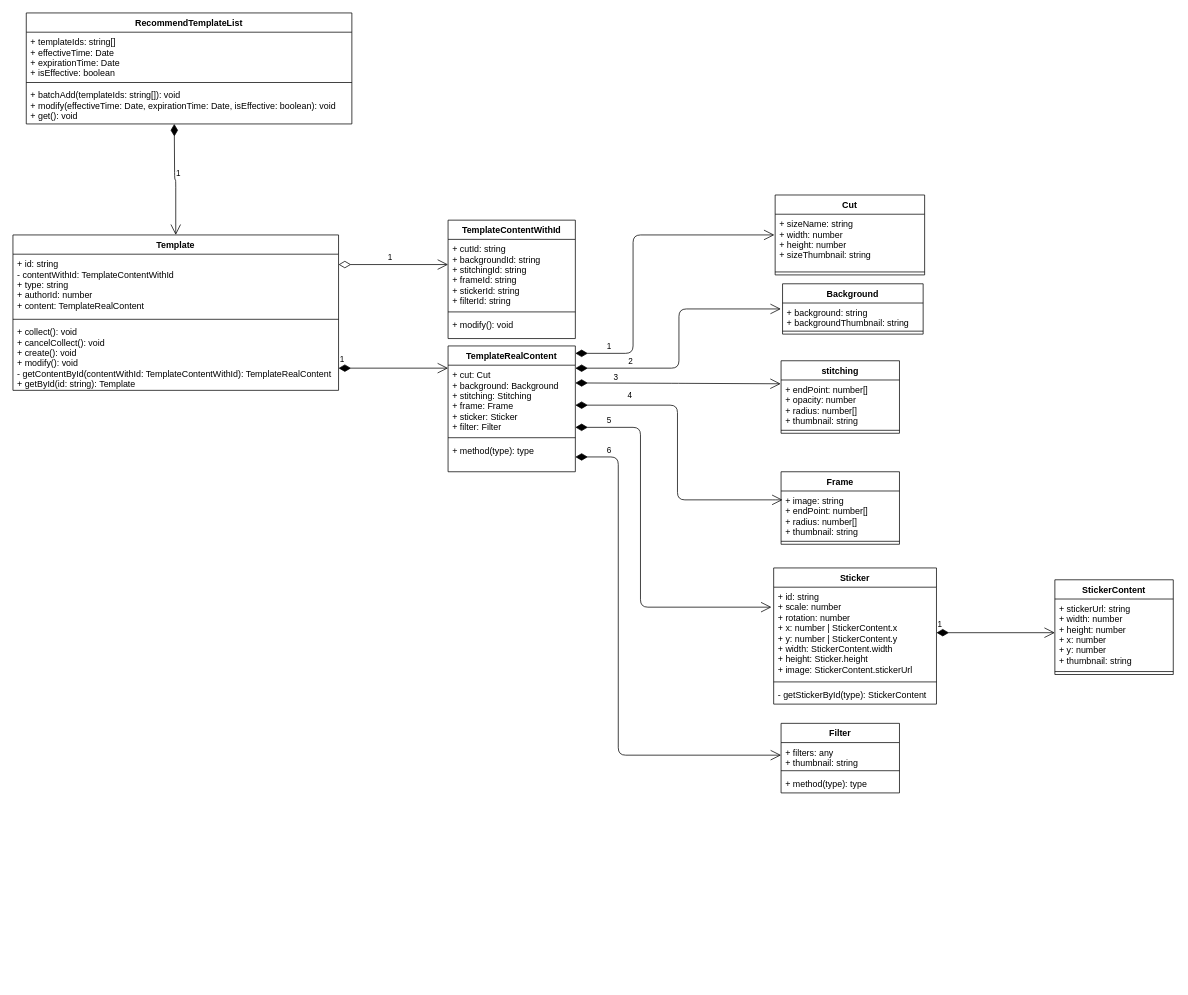
HiWayne/UMLDesign keeps this draw.io diagram as duitangFE/图文工具后台.drawio. Above is the earlier version. Source tidied: cells renumbered, new cells numbered last; positions are measured from the earlier drawing's top-left corner, leaving out a move shared by most shapes. Both pictures are drawn from the tidied source at 74%, with x=0, y=0 at pixel (13, 13).
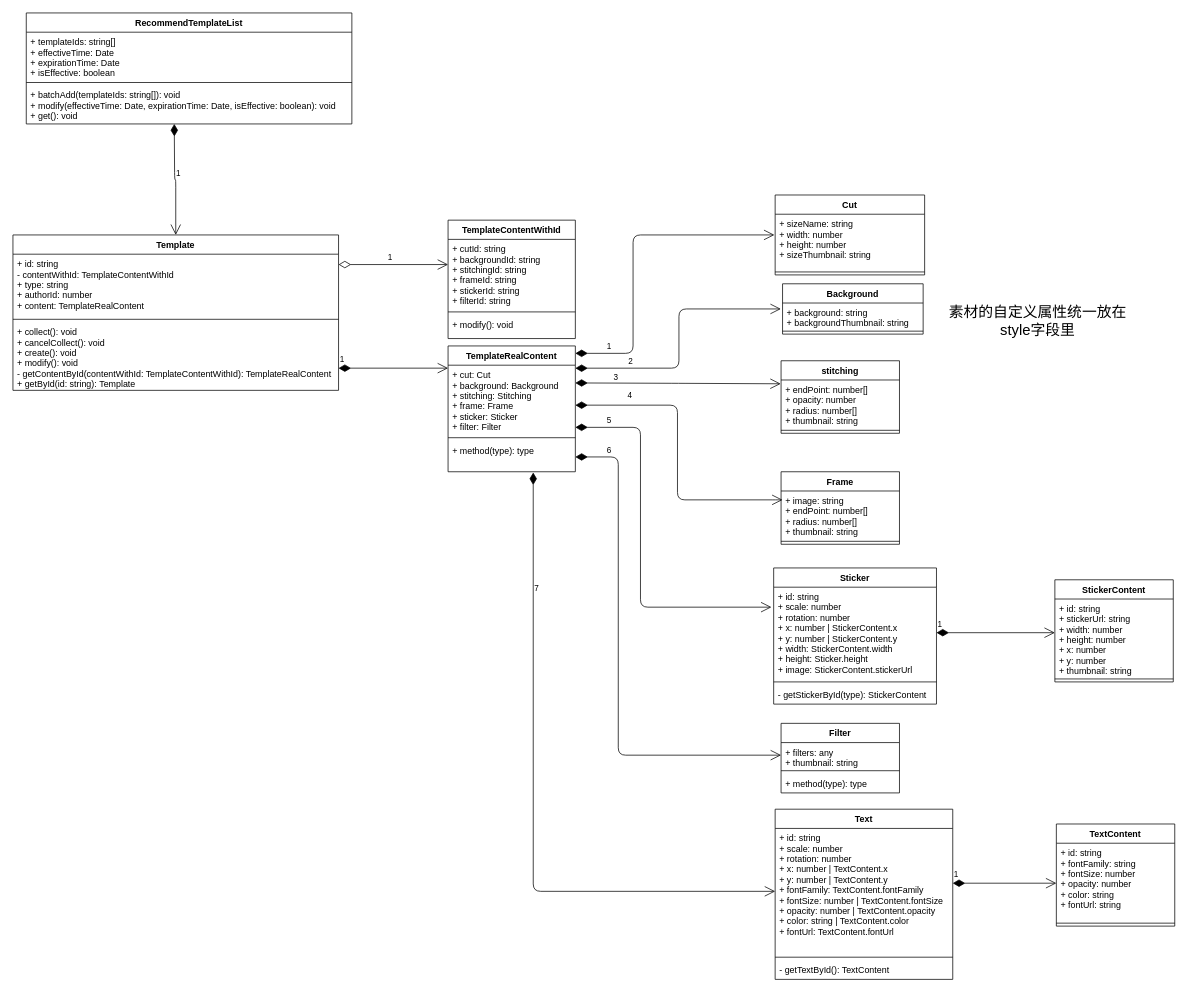
The same diagram, later.

Commit message:
Update 图文工具后台.drawio

Unchanged cells that the change refers to:
```xml
<mxCell id="20" value="+ method(type): type" style="text;strokeColor=none;fillColor=none;align=left;verticalAlign=top;spacingLeft=4;spacingRight=4;overflow=hidden;points=[[0,0.5],[1,0.5]];portConstraint=eastwest;" parent="17" vertex="1">
  <mxGeometry y="128" width="172" height="42" as="geometry" />
</mxCell>
```

Change to the diagram source:
```diff
@@
     <mxCell id="43" value="StickerContent" style="swimlane;fontStyle=1;align=center;verticalAlign=top;horizontal=1;startSize=26;html=0;" parent="1" vertex="1">
-      <mxGeometry x="1408" y="766" width="160" height="128" as="geometry" />
+      <mxGeometry x="1408" y="766" width="160" height="138" as="geometry" />
     </mxCell>
-    <mxCell id="44" value="+ stickerUrl: string&#10;+ width: number&#10;+ height: number&#10;+ x: number&#10;+ y: number&#10;+ thumbnail: string" style="text;strokeColor=none;fillColor=none;align=left;verticalAlign=top;spacingLeft=4;spacingRight=4;overflow=hidden;" parent="43" vertex="1">
-      <mxGeometry y="26" width="160" height="94" as="geometry" />
+    <mxCell id="44" value="+ id: string&#10;+ stickerUrl: string&#10;+ width: number&#10;+ height: number&#10;+ x: number&#10;+ y: number&#10;+ thumbnail: string" style="text;strokeColor=none;fillColor=none;align=left;verticalAlign=top;spacingLeft=4;spacingRight=4;overflow=hidden;" parent="43" vertex="1">
+      <mxGeometry y="26" width="160" height="104" as="geometry" />
     </mxCell>
     <mxCell id="45" style="line;strokeWidth=1;fillColor=none;align=left;verticalAlign=middle;spacingTop=-1;spacingLeft=3;spacingRight=3;labelPosition=right;" parent="43" vertex="1">
-      <mxGeometry y="120" width="160" height="8" as="geometry" />
+      <mxGeometry y="130" width="160" height="8" as="geometry" />
     </mxCell>
@@
+    <mxCell id="51" value="Text" style="swimlane;fontStyle=1;align=center;verticalAlign=top;horizontal=1;startSize=26;" parent="1" vertex="1">
+      <mxGeometry x="1030" y="1076" width="240" height="230" as="geometry" />
+    </mxCell>
+    <mxCell id="52" value="+ id: string&#10;+ scale: number&#10;+ rotation: number&#10;+ x: number | TextContent.x&#10;+ y: number | TextContent.y&#10;+ fontFamily: TextContent.fontFamily&#10;+ fontSize: number | TextContent.fontSize&#10;+ opacity: number | TextContent.opacity&#10;+ color: string | TextContent.color&#10;+ fontUrl: TextContent.fontUrl" style="text;strokeColor=none;fillColor=none;align=left;verticalAlign=top;spacingLeft=4;spacingRight=4;overflow=hidden;points=[[0,0.5],[1,0.5]];portConstraint=eastwest;" parent="51" vertex="1">
+      <mxGeometry y="26" width="240" height="170" as="geometry" />
+    </mxCell>
+    <mxCell id="53" style="line;strokeWidth=1;fillColor=none;align=left;verticalAlign=middle;spacingTop=-1;spacingLeft=3;spacingRight=3;labelPosition=right;" parent="51" vertex="1">
+      <mxGeometry y="196" width="240" height="8" as="geometry" />
+    </mxCell>
+    <mxCell id="54" value="- getTextById(): TextContent" style="text;strokeColor=none;fillColor=none;align=left;verticalAlign=top;spacingLeft=4;spacingRight=4;overflow=hidden;" parent="51" vertex="1">
+      <mxGeometry y="204" width="240" height="26" as="geometry" />
+    </mxCell>
+    <mxCell id="55" value="TextContent" style="swimlane;fontStyle=1;align=center;verticalAlign=top;horizontal=1;startSize=26;" parent="1" vertex="1">
+      <mxGeometry x="1410" y="1096" width="160" height="138" as="geometry" />
+    </mxCell>
+    <mxCell id="56" value="+ id: string &#10;+ fontFamily: string&#10;+ fontSize: number&#10;+ opacity: number&#10;+ color: string&#10;+ fontUrl: string" style="text;strokeColor=none;fillColor=none;align=left;verticalAlign=top;spacingLeft=4;spacingRight=4;overflow=hidden;" parent="55" vertex="1">
+      <mxGeometry y="26" width="160" height="104" as="geometry" />
+    </mxCell>
+    <mxCell id="57" style="line;strokeWidth=1;fillColor=none;align=left;verticalAlign=middle;spacingTop=-1;spacingLeft=3;spacingRight=3;labelPosition=right;" parent="55" vertex="1">
+      <mxGeometry y="130" width="160" height="8" as="geometry" />
+    </mxCell>
+    <mxCell id="58" value="&lt;font style=&quot;font-size: 20px&quot;&gt;素材的自定义属性统一放在style字段里&lt;/font&gt;" style="text;html=1;strokeColor=none;fillColor=none;align=center;verticalAlign=middle;whiteSpace=wrap;rounded=0;" parent="1" vertex="1">
+      <mxGeometry x="1260" y="336" width="250" height="160" as="geometry" />
+    </mxCell>
+    <mxCell id="59" value="1" style="endArrow=open;html=1;endSize=12;startArrow=diamondThin;startSize=14;startFill=1;edgeStyle=orthogonalEdgeStyle;align=left;verticalAlign=bottom;" parent="1" edge="1">
+      <mxGeometry x="-1" y="3" relative="1" as="geometry">
+        <mxPoint x="1270" y="1176" as="sourcePoint" />
+        <mxPoint x="1410" y="1176" as="targetPoint" />
+      </mxGeometry>
+    </mxCell>
+    <mxCell id="60" value="7" style="endArrow=open;html=1;endSize=12;startArrow=diamondThin;startSize=14;startFill=1;edgeStyle=orthogonalEdgeStyle;align=left;verticalAlign=bottom;exitX=0.669;exitY=1.024;exitDx=0;exitDy=0;exitPerimeter=0;entryX=0;entryY=0.5;entryDx=0;entryDy=0;" parent="1" edge="1" source="20" target="52">
+      <mxGeometry x="-0.63" relative="1" as="geometry" />
+    </mxCell>
```
